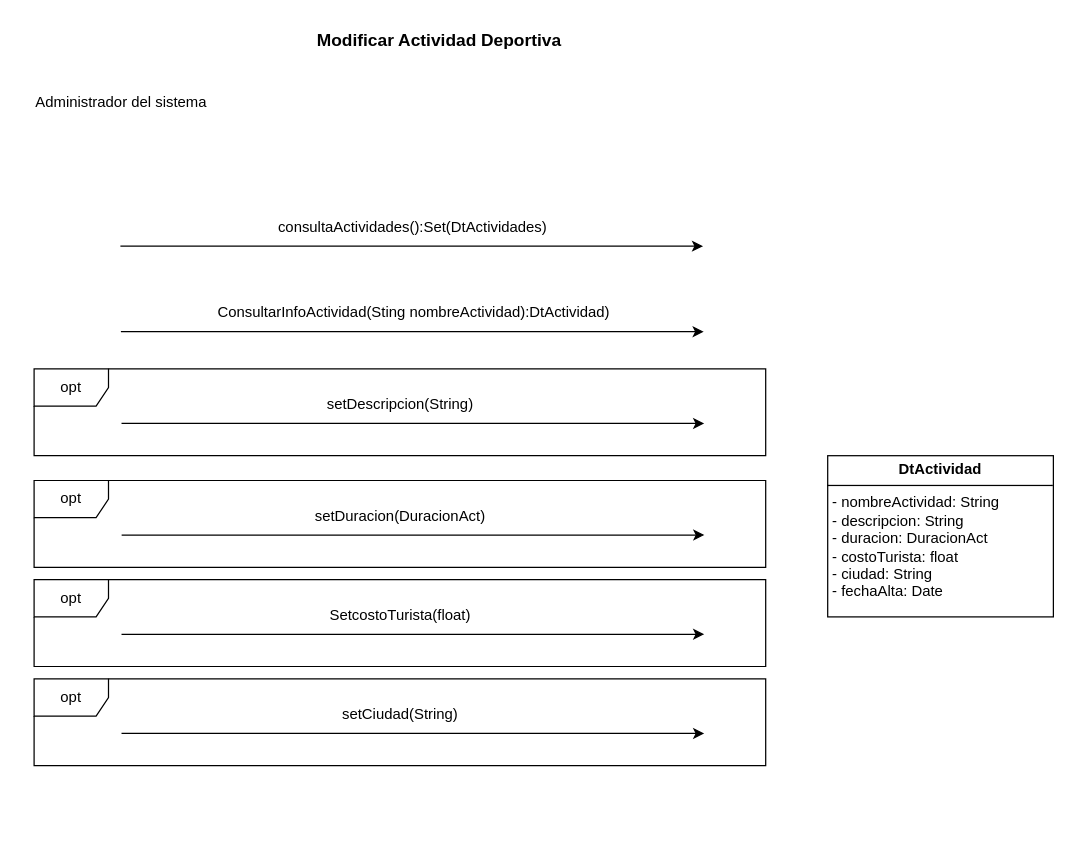
The draw.io diagram page "CU10_ModificarActividadTuristica" (8 of 8) of resources/Tarea1.drawio in rofernandezm/Tencnoinf_Pap2025_Tarea1, before the edit. Source tidied: cells renumbered, new cells numbered last; positions are measured from the earlier drawing's top-left corner, leaving out a move shared by most shapes. Both pictures are drawn from the tidied source at 124%, with x=0, y=0 at pixel (21, 21).
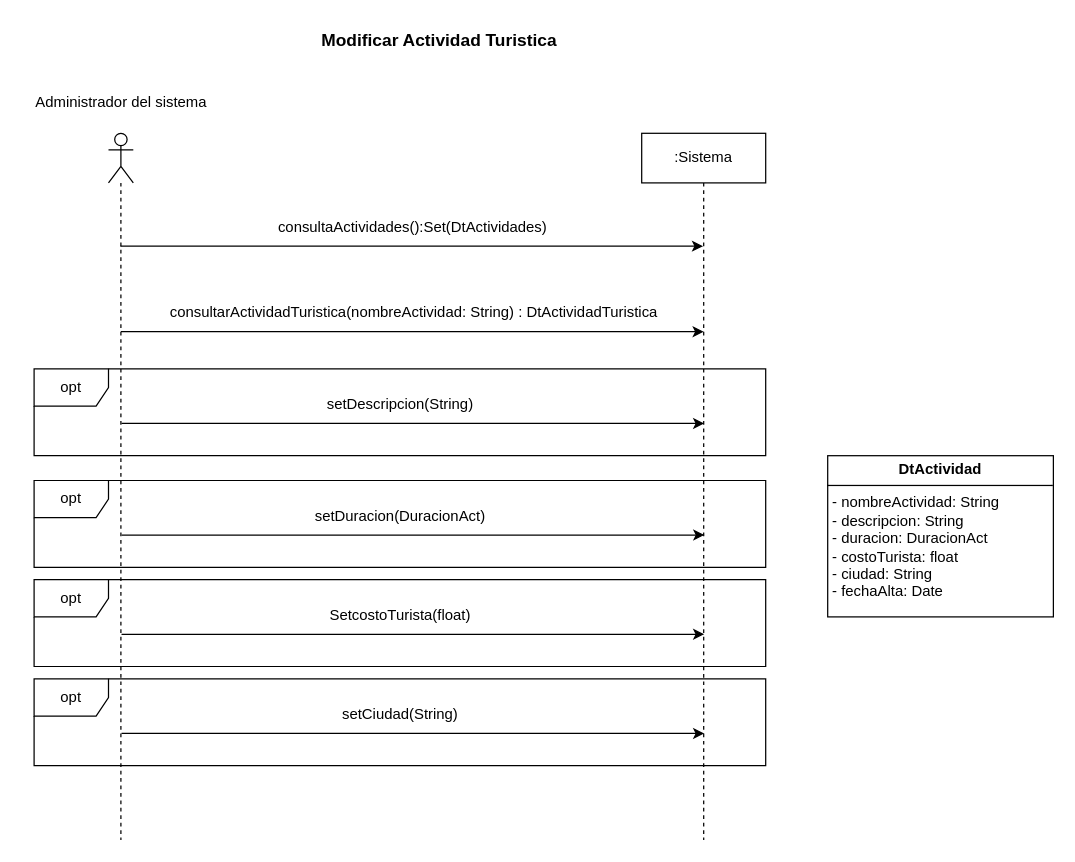
The same diagram, later.

The edit, as a diff of the source:
```diff
@@
-    <mxCell id="3" value="Modificar Actividad Deportiva" style="text;html=1;align=center;verticalAlign=middle;whiteSpace=wrap;rounded=0;fontStyle=1;fontSize=14;" parent="1" vertex="1">
+    <mxCell id="3" value="Modificar Actividad Turistica" style="text;html=1;align=center;verticalAlign=middle;whiteSpace=wrap;rounded=0;fontStyle=1;fontSize=14;" parent="1" vertex="1">
       <mxGeometry x="197.5" width="278" height="30" as="geometry" />
     </mxCell>
@@
-    <mxCell id="8" value="ConsultarInfoActividad(Sting nombreActividad):DtActividad)" style="text;html=1;align=center;verticalAlign=middle;strokeColor=none;fillColor=none;" parent="1" vertex="1">
-      <mxGeometry x="145.5" y="220" width="340" height="30" as="geometry" />
+    <mxCell id="8" value="consultarActividadTuristica(nombreActividad: String) : DtActividadTuristica" style="text;html=1;align=center;verticalAlign=middle;strokeColor=none;fillColor=none;" parent="1" vertex="1">
+      <mxGeometry x="105.5" y="220" width="420" height="30" as="geometry" />
     </mxCell>
@@
+    <mxCell id="21" style="shape=umlLifeline;perimeter=lifelinePerimeter;whiteSpace=wrap;html=1;newEdgeStyle={&quot;curved&quot;:0,&quot;rounded&quot;:0};participant=umlActor;" parent="1" vertex="1">
+      <mxGeometry x="70" y="90" width="20" height="570" as="geometry" />
+    </mxCell>
+    <mxCell id="22" value=":Sistema" style="shape=umlLifeline;perimeter=lifelinePerimeter;whiteSpace=wrap;html=1;newEdgeStyle={&quot;curved&quot;:0,&quot;rounded&quot;:0};" parent="1" vertex="1">
+      <mxGeometry x="500" y="90" width="100" height="570" as="geometry" />
+    </mxCell>
```
